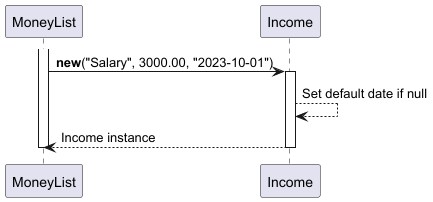
The PlantUML diagram docs/diagrams/Income_Seq.png in EdwinTun98/tp, before a commit.
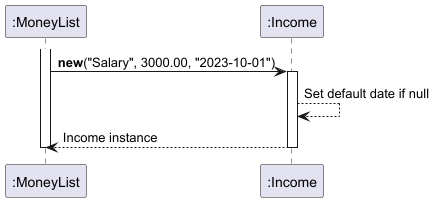
Later version of the same file.

The edit, as a diff of the source:
```diff
@@ -1,4 +1,7 @@
 @startuml Income_Creation
+participant MoneyList as ":MoneyList"
+participant Income as ":Income"
+
 activate MoneyList
 MoneyList -> Income : **new**("Salary", 3000.00, "2023-10-01")
 activate Income
```
